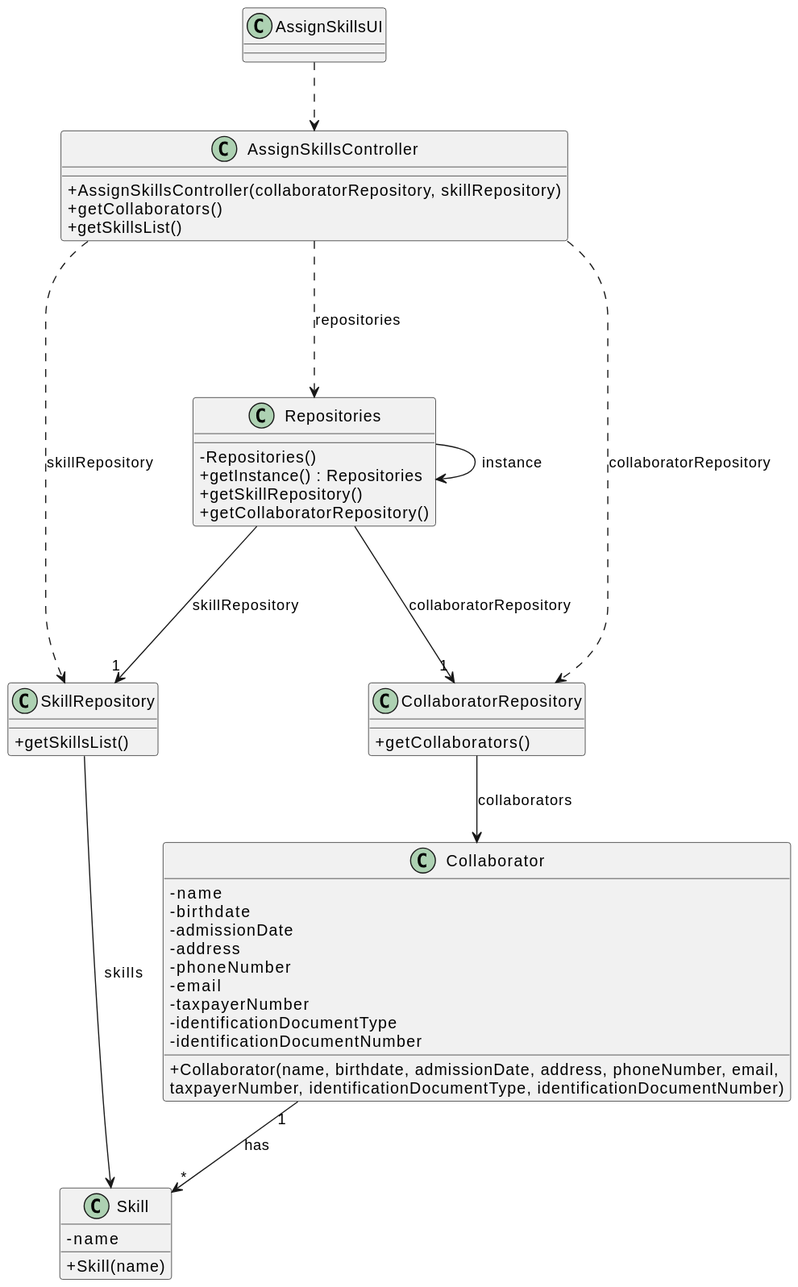
Departamento-de-Engenharia-Informatica/lei-24-s2-1dm-g132 keeps this PlantUML diagram as docs/sprintB/us004/03.design/svg/us004-class-diagram.svg. Above is the earlier version. The source it was exported from:
```plantuml
@startuml
skinparam packageStyle rectangle
skinparam shadowing false
skinparam linetype polyline
skinparam linetype orto

skinparam classAttributeIconSize 0


class Skill
{
    - name
    + Skill(name)
}

class Collaborator {
    - name
    - birthdate
    - admissionDate
    - address
    - phoneNumber
    - email
    - taxpayerNumber
    - identificationDocumentType
    - identificationDocumentNumber
    + Collaborator(name, birthdate, admissionDate, address, phoneNumber, email, \ntaxpayerNumber, identificationDocumentType, identificationDocumentNumber)

}

class AssignSkillsController {
    + AssignSkillsController(collaboratorRepository, skillRepository)
    + getCollaborators()
    + getSkillsList()
}

class AssignSkillsUI {
}

class Repositories {
    - Repositories()
    + getInstance() : Repositories
    + getSkillRepository()
    + getCollaboratorRepository()
}

class SkillRepository {
    + getSkillsList()
}

class CollaboratorRepository {
    + getCollaborators()
}


Collaborator "1" --> "*" Skill: has
AssignSkillsUI ..> AssignSkillsController
AssignSkillsController ...> Repositories: repositories
AssignSkillsController ..> SkillRepository: skillRepository
AssignSkillsController ..> CollaboratorRepository: collaboratorRepository

Repositories -> Repositories : instance
Repositories ---> "1" SkillRepository: skillRepository
Repositories ---> "1" CollaboratorRepository: collaboratorRepository

SkillRepository --> Skill: skills
CollaboratorRepository --> Collaborator: collaborators
@enduml
```
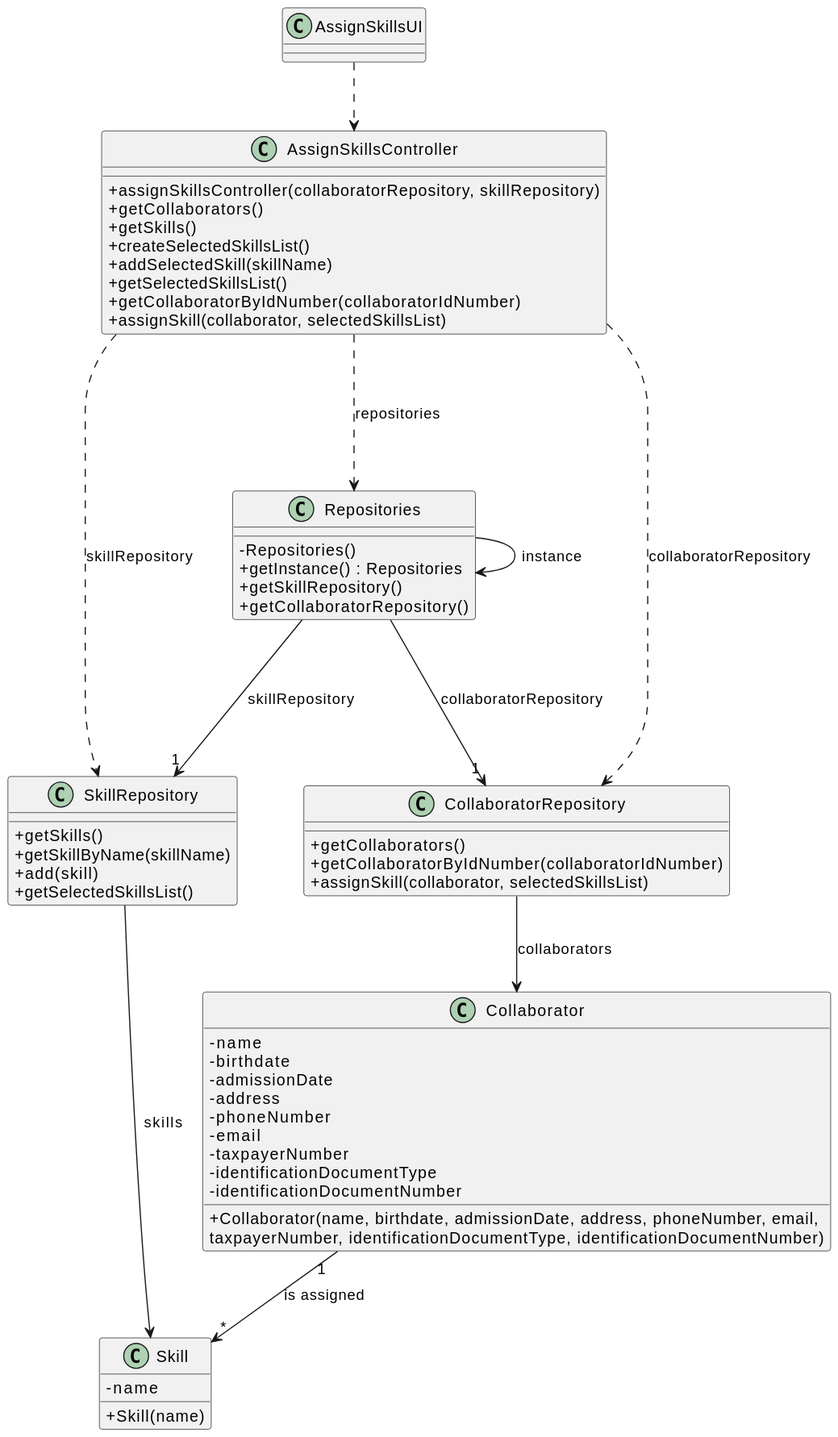
The same file after the commit.

Commit message:
US04 updated class diagram

Diff of the diagram source:
```diff
@@ -28,9 +28,14 @@
 }
 
 class AssignSkillsController {
-    + AssignSkillsController(collaboratorRepository, skillRepository)
+    + assignSkillsController(collaboratorRepository, skillRepository)
     + getCollaborators()
-    + getSkillsList()
+    + getSkills()
+    + createSelectedSkillsList()
+    + addSelectedSkill(skillName)
+    + getSelectedSkillsList()
+    + getCollaboratorByIdNumber(collaboratorIdNumber)
+    + assignSkill(collaborator, selectedSkillsList)
 }
 
 class AssignSkillsUI {
@@ -44,15 +49,20 @@
 }
 
 class SkillRepository {
-    + getSkillsList()
+    + getSkills()
+    + getSkillByName(skillName)
+    + add(skill)
+    + getSelectedSkillsList()
 }
 
 class CollaboratorRepository {
     + getCollaborators()
+    + getCollaboratorByIdNumber(collaboratorIdNumber)
+    + assignSkill(collaborator, selectedSkillsList)
 }
 
 
-Collaborator "1" --> "*" Skill: has
+Collaborator "1" --> "*" Skill: is assigned
 AssignSkillsUI ..> AssignSkillsController
 AssignSkillsController ...> Repositories: repositories
 AssignSkillsController ..> SkillRepository: skillRepository
```
